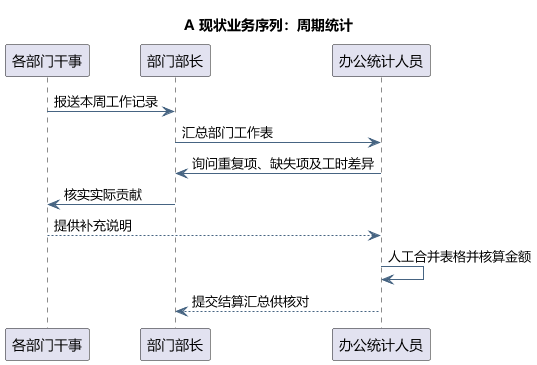
tccc1csu/miniprogram-csu keeps this PlantUML diagram as docs/diagrams/current-business-sequence-accounting.png. Above is the earlier version. The source it was exported from:
```plantuml
@startuml
skinparam defaultFontName Microsoft YaHei
skinparam shadowing false
skinparam backgroundColor #FFFFFF
skinparam ArrowColor #466482
skinparam classAttributeIconSize 0
hide empty members
title A 现状业务序列：周期统计

participant "各部门干事" as W
participant "部门部长" as M
participant "办公统计人员" as O
W -> M : 报送本周工作记录
M -> O : 汇总部门工作表
O -> M : 询问重复项、缺失项及工时差异
M -> W : 核实实际贡献
W --> O : 提供补充说明
O -> O : 人工合并表格并核算金额
O --> M : 提交结算汇总供核对

@enduml
```
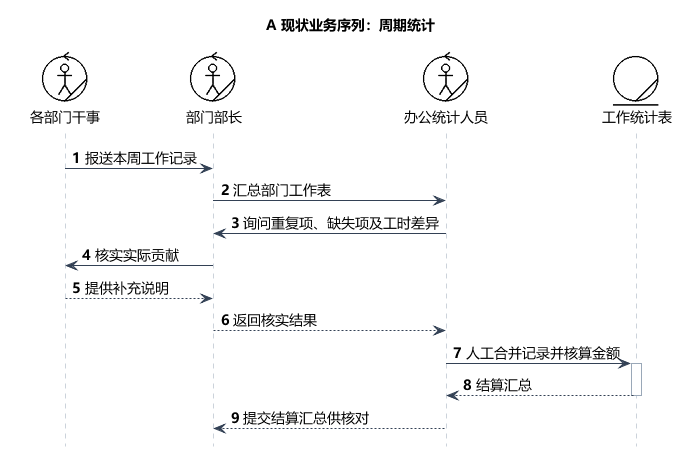
After the change.

Diff of the diagram source:
```diff
@@ -5,17 +5,34 @@
 skinparam ArrowColor #466482
 skinparam classAttributeIconSize 0
 hide empty members
+skinparam defaultFontSize 14
+skinparam sequenceLifeLineBorderColor #9AA8B8
+skinparam sequenceArrowColor #334155
+skinparam sequenceGroupBorderColor #94A3B8
+skinparam sequenceGroupBackgroundColor #F8FAFC
+skinparam sequenceParticipantPadding 18
+skinparam maxMessageSize 240
+hide footbox
+autonumber
+!include course-notation.iuml
+skinparam sequenceParticipantBorderColor transparent
+skinparam sequenceParticipantBackgroundColor transparent
 title A 现状业务序列：周期统计
 
-participant "各部门干事" as W
-participant "部门部长" as M
-participant "办公统计人员" as O
+participant "<$worker>\n各部门干事" as W
+participant "<$worker>\n部门部长" as M
+participant "<$worker>\n办公统计人员" as O
+participant "<$entity>\n工作统计表" as R
 W -> M : 报送本周工作记录
 M -> O : 汇总部门工作表
 O -> M : 询问重复项、缺失项及工时差异
 M -> W : 核实实际贡献
-W --> O : 提供补充说明
-O -> O : 人工合并表格并核算金额
+W --> M : 提供补充说明
+M --> O : 返回核实结果
+O -> R : 人工合并记录并核算金额
+activate R
+R --> O : 结算汇总
+deactivate R
 O --> M : 提交结算汇总供核对
 
 @enduml
```
